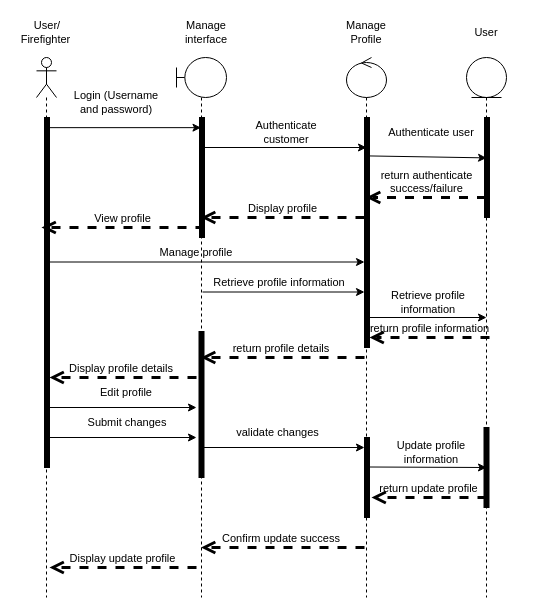
Above: page "profile SD" (6 of 9) of doc/PSM.drawio in SNFASA/AI-Fire-Monitoring-System (draw.io), before the change. Source tidied: cells renumbered, new cells numbered last; positions are measured from the earlier drawing's top-left corner, leaving out a move shared by most shapes. Both pictures are drawn from the tidied source at 100%, with x=0, y=0 at pixel (16, 17).
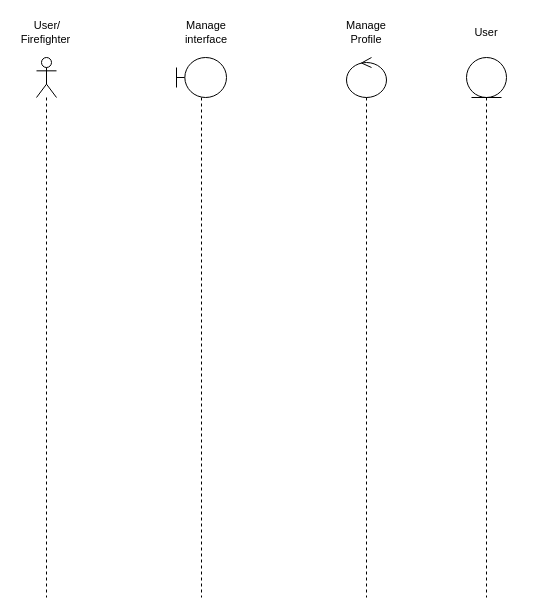
After the change.

The change refers to these unchanged cells:
```xml
<mxCell id="3" style="shape=umlLifeline;perimeter=lifelinePerimeter;whiteSpace=wrap;html=1;outlineConnect=0;portConstraint=eastwest;newEdgeStyle={&quot;curved&quot;:0,&quot;rounded&quot;:0};participant=umlBoundary;fontFamily=Helvetica;fontSize=11;fontColor=default;labelBackgroundColor=none;" parent="1" vertex="1">
  <mxGeometry x="160" y="40" width="50" height="540" as="geometry" />
</mxCell>
<mxCell id="4" style="shape=umlLifeline;perimeter=lifelinePerimeter;whiteSpace=wrap;html=1;outlineConnect=0;portConstraint=eastwest;newEdgeStyle={&quot;curved&quot;:0,&quot;rounded&quot;:0};participant=umlControl;fontFamily=Helvetica;fontSize=11;fontColor=default;labelBackgroundColor=none;" parent="1" vertex="1">
  <mxGeometry x="330" y="40" width="40" height="540" as="geometry" />
</mxCell>
<mxCell id="5" style="shape=umlLifeline;perimeter=lifelinePerimeter;whiteSpace=wrap;html=1;outlineConnect=0;portConstraint=eastwest;newEdgeStyle={&quot;curved&quot;:0,&quot;rounded&quot;:0};participant=umlEntity;fontFamily=Helvetica;fontSize=11;fontColor=default;labelBackgroundColor=none;" parent="1" vertex="1">
  <mxGeometry x="450" y="40" width="40" height="540" as="geometry" />
</mxCell>
```

What changed in the source:
```diff
@@
-    <mxCell id="6" style="endArrow=classic;html=1;rounded=0;exitX=0.53;exitY=0.029;exitDx=0;exitDy=0;exitPerimeter=0;" parent="1" edge="1" source="7" target="3">
-      <mxGeometry relative="1" as="geometry" />
-    </mxCell>
-    <mxCell id="7" style="html=1;points=[];perimeter=orthogonalPerimeter;fillColor=strokeColor;fontFamily=Helvetica;fontSize=11;fontColor=default;labelBackgroundColor=none;" parent="1" vertex="1">
-      <mxGeometry x="28" y="100" width="5" height="350" as="geometry" />
-    </mxCell>
-    <mxCell id="8" style="html=1;perimeter=orthogonalPerimeter;fillColor=strokeColor;fontFamily=Helvetica;fontSize=11;fontColor=default;labelBackgroundColor=none;" parent="1" vertex="1">
-      <mxGeometry x="183" y="100" width="5" height="120" as="geometry" />
-    </mxCell>
-    <mxCell id="9" style="html=1;points=[];perimeter=orthogonalPerimeter;fillColor=strokeColor;fontFamily=Helvetica;fontSize=11;fontColor=default;labelBackgroundColor=none;" parent="1" vertex="1">
-      <mxGeometry x="348" y="100" width="5" height="230" as="geometry" />
-    </mxCell>
-    <mxCell id="10" style="endArrow=classic;html=1;rounded=0;exitX=0.53;exitY=0.029;exitDx=0;exitDy=0;exitPerimeter=0;" parent="1" edge="1">
-      <mxGeometry relative="1" as="geometry">
-        <mxPoint x="188" y="130" as="sourcePoint" />
-        <mxPoint x="350" y="130" as="targetPoint" />
-      </mxGeometry>
-    </mxCell>
-    <mxCell id="11" style="html=1;points=[];perimeter=orthogonalPerimeter;fillColor=strokeColor;fontFamily=Helvetica;fontSize=11;fontColor=default;labelBackgroundColor=none;" parent="1" vertex="1">
-      <mxGeometry x="468" y="100" width="5" height="100" as="geometry" />
-    </mxCell>
-    <mxCell id="12" style="endArrow=classic;html=1;rounded=0;exitX=0.647;exitY=0.167;exitDx=0;exitDy=0;exitPerimeter=0;entryX=0.412;entryY=0.404;entryDx=0;entryDy=0;entryPerimeter=0;" parent="1" edge="1" source="9" target="11">
-      <mxGeometry relative="1" as="geometry" />
-    </mxCell>
-    <mxCell id="13" value="return authenticate&lt;div&gt;&amp;nbsp;success/&lt;span style=&quot;background-color: transparent; color: light-dark(rgb(0, 0, 0), rgb(255, 255, 255));&quot;&gt;failure&amp;nbsp;&lt;/span&gt;&lt;/div&gt;" style="html=1;verticalAlign=bottom;labelBackgroundColor=none;endArrow=open;endFill=0;dashed=1;rounded=0;strokeColor=default;strokeWidth=3;align=center;fontFamily=Helvetica;fontSize=11;fontColor=default;endSize=8;" parent="1" edge="1" source="5" target="4">
-      <mxGeometry relative="1" as="geometry">
-        <Array as="points">
-          <mxPoint x="410" y="180" />
-        </Array>
-      </mxGeometry>
-    </mxCell>
-    <mxCell id="14" value="Display profile" style="html=1;verticalAlign=bottom;labelBackgroundColor=none;endArrow=open;endFill=0;dashed=1;rounded=0;strokeColor=default;strokeWidth=3;align=center;fontFamily=Helvetica;fontSize=11;fontColor=default;endSize=8;" parent="1" edge="1">
-      <mxGeometry relative="1" as="geometry">
-        <mxPoint x="348" y="200" as="sourcePoint" />
-        <mxPoint x="184.5" y="200" as="targetPoint" />
-        <Array as="points">
-          <mxPoint x="288" y="200" />
-        </Array>
-      </mxGeometry>
-    </mxCell>
-    <mxCell id="15" value="View profile" style="html=1;verticalAlign=bottom;labelBackgroundColor=none;endArrow=open;endFill=0;dashed=1;rounded=0;strokeColor=default;strokeWidth=3;align=center;fontFamily=Helvetica;fontSize=11;fontColor=default;endSize=8;" parent="1" edge="1">
-      <mxGeometry relative="1" as="geometry">
-        <mxPoint x="188" y="210" as="sourcePoint" />
-        <mxPoint x="25" y="210" as="targetPoint" />
-        <Array as="points">
-          <mxPoint x="128" y="210" />
-        </Array>
-      </mxGeometry>
-    </mxCell>
-    <mxCell id="16" style="html=1;perimeter=orthogonalPerimeter;fillColor=strokeColor;fontFamily=Helvetica;fontSize=11;fontColor=default;labelBackgroundColor=none;" parent="1" vertex="1">
-      <mxGeometry x="182.5" y="314" width="5" height="146" as="geometry" />
-    </mxCell>
-    <mxCell id="17" style="endArrow=classic;html=1;rounded=0;entryX=0.25;entryY=0.175;entryDx=0;entryDy=0;entryPerimeter=0;" parent="1" edge="1">
-      <mxGeometry relative="1" as="geometry">
-        <mxPoint x="29.5" y="244.5" as="sourcePoint" />
-        <mxPoint x="348" y="244.5" as="targetPoint" />
-      </mxGeometry>
-    </mxCell>
-    <mxCell id="18" style="endArrow=classic;html=1;rounded=0;exitX=0.53;exitY=0.029;exitDx=0;exitDy=0;exitPerimeter=0;" parent="1" edge="1">
-      <mxGeometry relative="1" as="geometry">
-        <mxPoint x="186" y="274.5" as="sourcePoint" />
-        <mxPoint x="348" y="274.5" as="targetPoint" />
-      </mxGeometry>
-    </mxCell>
-    <mxCell id="19" style="endArrow=classic;html=1;rounded=0;exitX=0.53;exitY=0.029;exitDx=0;exitDy=0;exitPerimeter=0;" parent="1" edge="1">
-      <mxGeometry relative="1" as="geometry">
-        <mxPoint x="353" y="300" as="sourcePoint" />
-        <mxPoint x="470" y="300" as="targetPoint" />
-      </mxGeometry>
-    </mxCell>
-    <mxCell id="20" value="return profile information" style="html=1;verticalAlign=bottom;labelBackgroundColor=none;endArrow=open;endFill=0;dashed=1;rounded=0;strokeColor=default;strokeWidth=3;align=center;fontFamily=Helvetica;fontSize=11;fontColor=default;endSize=8;" parent="1" edge="1">
-      <mxGeometry relative="1" as="geometry">
-        <mxPoint x="473" y="320" as="sourcePoint" />
-        <mxPoint x="353" y="320" as="targetPoint" />
-      </mxGeometry>
-    </mxCell>
-    <mxCell id="21" value="return profile details&amp;nbsp;" style="html=1;verticalAlign=bottom;labelBackgroundColor=none;endArrow=open;endFill=0;dashed=1;rounded=0;strokeColor=default;strokeWidth=3;align=center;fontFamily=Helvetica;fontSize=11;fontColor=default;endSize=8;" parent="1" edge="1" target="3">
-      <mxGeometry relative="1" as="geometry">
-        <mxPoint x="348" y="340" as="sourcePoint" />
-        <Array as="points">
-          <mxPoint x="288" y="340" />
-        </Array>
-      </mxGeometry>
-    </mxCell>
-    <mxCell id="22" value="Display profile details&amp;nbsp;" style="html=1;verticalAlign=bottom;labelBackgroundColor=none;endArrow=open;endFill=0;dashed=1;rounded=0;strokeColor=default;strokeWidth=3;align=center;fontFamily=Helvetica;fontSize=11;fontColor=default;endSize=8;" parent="1" edge="1">
-      <mxGeometry relative="1" as="geometry">
-        <mxPoint x="180" y="360" as="sourcePoint" />
-        <mxPoint x="33" y="360" as="targetPoint" />
-        <Array as="points">
-          <mxPoint x="136" y="360" />
-        </Array>
-      </mxGeometry>
-    </mxCell>
-    <mxCell id="23" style="endArrow=classic;html=1;rounded=0;exitX=0.53;exitY=0.029;exitDx=0;exitDy=0;exitPerimeter=0;" parent="1" edge="1">
-      <mxGeometry relative="1" as="geometry">
-        <mxPoint x="33" y="390" as="sourcePoint" />
-        <mxPoint x="180" y="390" as="targetPoint" />
-      </mxGeometry>
-    </mxCell>
-    <mxCell id="24" style="endArrow=classic;html=1;rounded=0;exitX=0.53;exitY=0.029;exitDx=0;exitDy=0;exitPerimeter=0;" parent="1" edge="1">
-      <mxGeometry relative="1" as="geometry">
-        <mxPoint x="33" y="420" as="sourcePoint" />
-        <mxPoint x="180" y="420" as="targetPoint" />
-      </mxGeometry>
-    </mxCell>
-    <mxCell id="25" style="endArrow=classic;html=1;rounded=0;exitX=0.53;exitY=0.029;exitDx=0;exitDy=0;exitPerimeter=0;" parent="1" edge="1" target="26">
-      <mxGeometry relative="1" as="geometry">
-        <mxPoint x="187.5" y="430" as="sourcePoint" />
-      </mxGeometry>
-    </mxCell>
-    <mxCell id="26" style="html=1;points=[];perimeter=orthogonalPerimeter;fillColor=strokeColor;fontFamily=Helvetica;fontSize=11;fontColor=default;labelBackgroundColor=none;" parent="1" vertex="1">
-      <mxGeometry x="348" y="420" width="5" height="80" as="geometry" />
-    </mxCell>
-    <mxCell id="27" style="html=1;perimeter=orthogonalPerimeter;fillColor=strokeColor;fontFamily=Helvetica;fontSize=11;fontColor=default;labelBackgroundColor=none;" parent="1" vertex="1">
-      <mxGeometry x="467.5" y="410" width="5" height="80" as="geometry" />
-    </mxCell>
-    <mxCell id="28" style="endArrow=classic;html=1;rounded=0;exitX=0.53;exitY=0.029;exitDx=0;exitDy=0;exitPerimeter=0;" parent="1" edge="1">
-      <mxGeometry relative="1" as="geometry">
-        <mxPoint x="353" y="449.5" as="sourcePoint" />
-        <mxPoint x="470" y="450" as="targetPoint" />
-      </mxGeometry>
-    </mxCell>
-    <mxCell id="29" value="return update profile" style="html=1;verticalAlign=bottom;labelBackgroundColor=none;endArrow=open;endFill=0;dashed=1;rounded=0;strokeColor=default;strokeWidth=3;align=center;fontFamily=Helvetica;fontSize=11;fontColor=default;endSize=8;" parent="1" edge="1">
-      <mxGeometry relative="1" as="geometry">
-        <mxPoint x="470" y="480" as="sourcePoint" />
-        <mxPoint x="355" y="480" as="targetPoint" />
-        <Array as="points">
-          <mxPoint x="415" y="480" />
-        </Array>
-      </mxGeometry>
-    </mxCell>
-    <mxCell id="30" value="Confirm update success&amp;nbsp;" style="html=1;verticalAlign=bottom;labelBackgroundColor=none;endArrow=open;endFill=0;dashed=1;rounded=0;strokeColor=default;strokeWidth=3;align=center;fontFamily=Helvetica;fontSize=11;fontColor=default;endSize=8;" parent="1" edge="1" target="3">
-      <mxGeometry relative="1" as="geometry">
-        <mxPoint x="348" y="530" as="sourcePoint" />
-        <Array as="points">
-          <mxPoint x="293" y="530" />
-        </Array>
-      </mxGeometry>
-    </mxCell>
-    <mxCell id="31" value="Display update profile" style="html=1;verticalAlign=bottom;labelBackgroundColor=none;endArrow=open;endFill=0;dashed=1;rounded=0;strokeColor=default;strokeWidth=3;align=center;fontFamily=Helvetica;fontSize=11;fontColor=default;endSize=8;" parent="1" edge="1">
-      <mxGeometry relative="1" as="geometry">
-        <mxPoint x="180" y="550" as="sourcePoint" />
-        <mxPoint x="33" y="550" as="targetPoint" />
-        <Array as="points">
-          <mxPoint x="141" y="550" />
-        </Array>
-      </mxGeometry>
-    </mxCell>
@@
-    <mxCell id="36" value="Login (Username and password)" style="text;html=1;whiteSpace=wrap;strokeColor=none;fillColor=none;align=center;verticalAlign=middle;rounded=0;fontFamily=Helvetica;fontSize=11;fontColor=default;labelBackgroundColor=none;" parent="1" vertex="1">
-      <mxGeometry x="50" y="70" width="100" height="30" as="geometry" />
-    </mxCell>
-    <mxCell id="37" value="Authenticate customer" style="text;html=1;whiteSpace=wrap;strokeColor=none;fillColor=none;align=center;verticalAlign=middle;rounded=0;fontFamily=Helvetica;fontSize=11;fontColor=default;labelBackgroundColor=none;" parent="1" vertex="1">
-      <mxGeometry x="220" y="100" width="100" height="30" as="geometry" />
-    </mxCell>
-    <mxCell id="38" value="Authenticate user" style="text;html=1;whiteSpace=wrap;strokeColor=none;fillColor=none;align=center;verticalAlign=middle;rounded=0;fontFamily=Helvetica;fontSize=11;fontColor=default;labelBackgroundColor=none;" parent="1" vertex="1">
-      <mxGeometry x="364.5" y="100" width="100" height="30" as="geometry" />
-    </mxCell>
-    <mxCell id="39" value="Manage profile" style="text;html=1;whiteSpace=wrap;strokeColor=none;fillColor=none;align=center;verticalAlign=middle;rounded=0;fontFamily=Helvetica;fontSize=11;fontColor=default;labelBackgroundColor=none;" parent="1" vertex="1">
-      <mxGeometry x="130" y="220" width="100" height="30" as="geometry" />
-    </mxCell>
-    <mxCell id="40" value="Retrieve profile information" style="text;html=1;whiteSpace=wrap;strokeColor=none;fillColor=none;align=center;verticalAlign=middle;rounded=0;fontFamily=Helvetica;fontSize=11;fontColor=default;labelBackgroundColor=none;" parent="1" vertex="1">
-      <mxGeometry x="182.5" y="250" width="160" height="30" as="geometry" />
-    </mxCell>
-    <mxCell id="41" value="Retrieve profile information" style="text;html=1;whiteSpace=wrap;strokeColor=none;fillColor=none;align=center;verticalAlign=middle;rounded=0;fontFamily=Helvetica;fontSize=11;fontColor=default;labelBackgroundColor=none;" parent="1" vertex="1">
-      <mxGeometry x="355.5" y="270" width="112" height="30" as="geometry" />
-    </mxCell>
-    <mxCell id="42" value="Edit profile" style="text;html=1;whiteSpace=wrap;strokeColor=none;fillColor=none;align=center;verticalAlign=middle;rounded=0;fontFamily=Helvetica;fontSize=11;fontColor=default;labelBackgroundColor=none;" parent="1" vertex="1">
-      <mxGeometry x="60" y="360" width="100" height="30" as="geometry" />
-    </mxCell>
-    <mxCell id="43" value="Submit changes" style="text;html=1;whiteSpace=wrap;strokeColor=none;fillColor=none;align=center;verticalAlign=middle;rounded=0;fontFamily=Helvetica;fontSize=11;fontColor=default;labelBackgroundColor=none;" parent="1" vertex="1">
-      <mxGeometry x="60.5" y="390" width="100" height="30" as="geometry" />
-    </mxCell>
-    <mxCell id="44" value="validate changes&amp;nbsp;" style="text;html=1;whiteSpace=wrap;strokeColor=none;fillColor=none;align=center;verticalAlign=middle;rounded=0;fontFamily=Helvetica;fontSize=11;fontColor=default;labelBackgroundColor=none;" parent="1" vertex="1">
-      <mxGeometry x="212.5" y="400" width="100" height="30" as="geometry" />
-    </mxCell>
-    <mxCell id="45" value="Update profile information" style="text;html=1;whiteSpace=wrap;strokeColor=none;fillColor=none;align=center;verticalAlign=middle;rounded=0;fontFamily=Helvetica;fontSize=11;fontColor=default;labelBackgroundColor=none;" parent="1" vertex="1">
-      <mxGeometry x="365" y="420" width="100" height="30" as="geometry" />
-    </mxCell>
```
